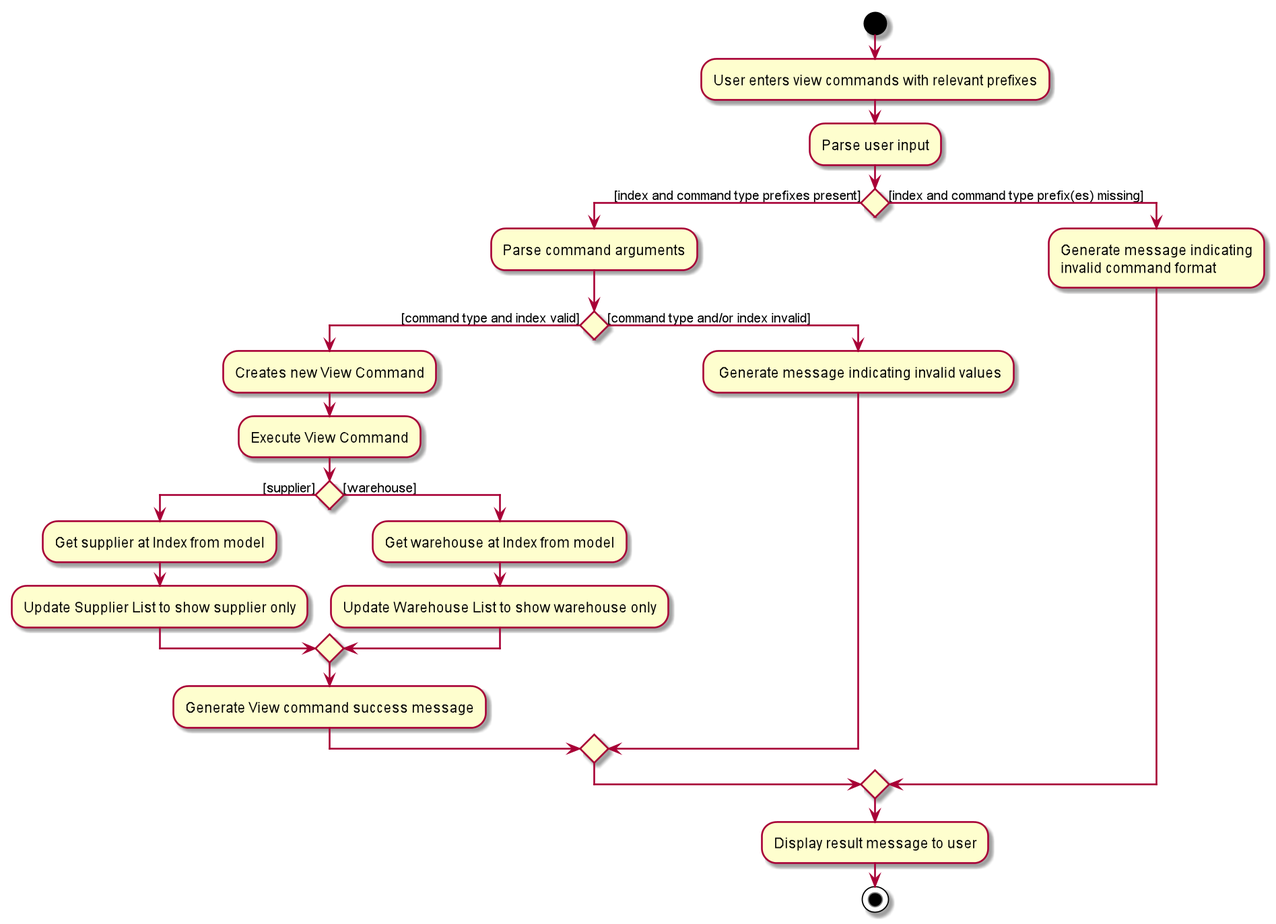
Earlier version of the PlantUML export docs/images/ViewCommandActivity.png (tohyuting/tp).
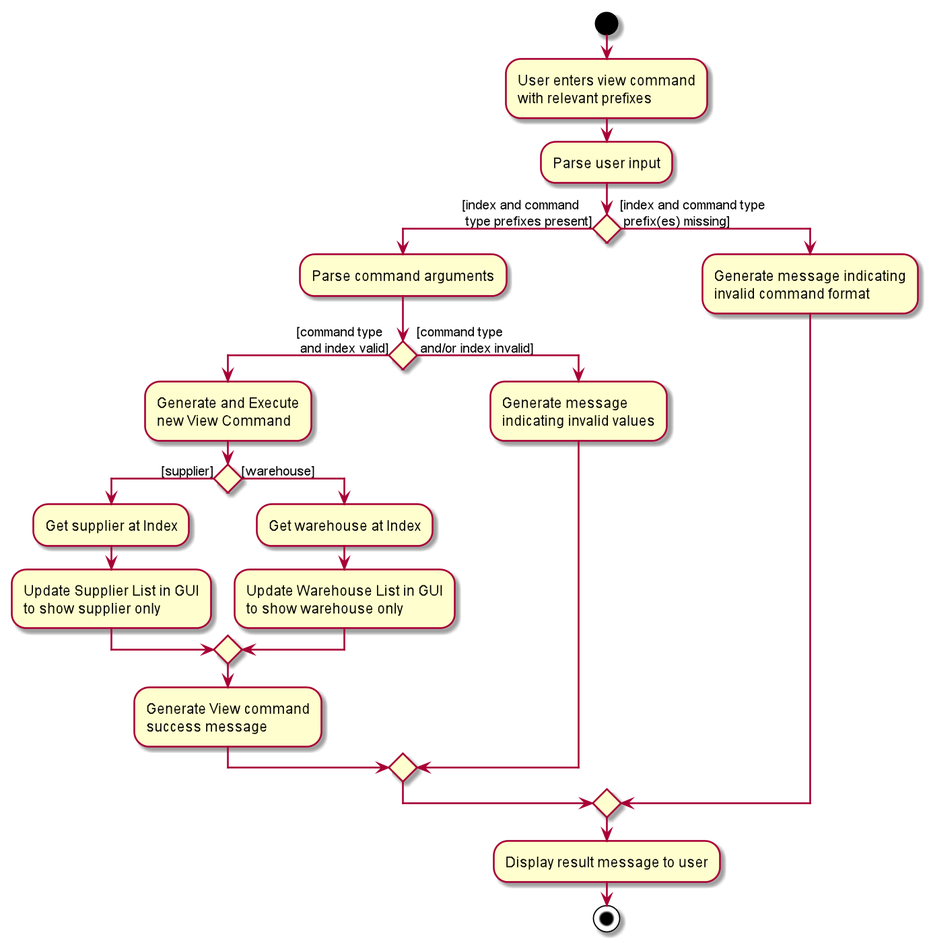
The same diagram one commit later.

The edit, as a diff of the source:
```diff
@@ -1,28 +1,37 @@
 @startuml
 start
-:User enters view commands with relevant prefixes;
+:User enters view command
+with relevant prefixes;
 :Parse user input;
 
 
-if () then ([index and command type prefixes present])
+if () then ([index and command
+ type prefixes present])
     :Parse command arguments;
-    if () then ([command type and index valid])
-        :Creates new View Command;
-        :Execute View Command;
+    if () then ([command type
+ and index valid])
+        :Generate and Execute
+        new View Command;
         if () then ([supplier])
-            :Get supplier at Index from model;
-            :Update Supplier List to show supplier only;
+            :Get supplier at Index;
+            :Update Supplier List in GUI
+            to show supplier only;
         else ([warehouse])
-            :Get warehouse at Index from model;
-            :Update Warehouse List to show warehouse only;
+            :Get warehouse at Index;
+            :Update Warehouse List in GUI
+            to show warehouse only;
         endif
-        :Generate View command success message;
+        :Generate View command
+        success message;
 
-    else ([command type and/or index invalid])
-        : Generate message indicating invalid values;
+    else ([command type
+ and/or index invalid])
+        :Generate message
+        indicating invalid values;
     endif
 
-else ([index and command type prefix(es) missing])
+else ([index and command type
+ prefix(es) missing])
     :Generate message indicating
     invalid command format;
 endif
```
